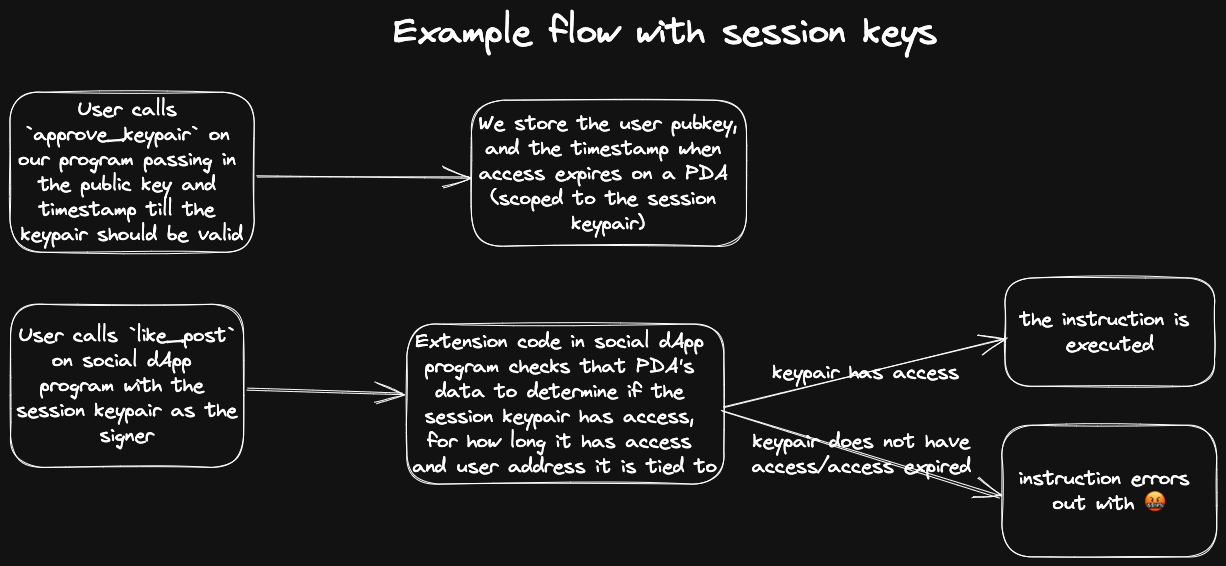
This is assets/flowcharts/session-keys.excalidraw.png from synaptik69/RayAuth, a Excalidraw export, as it was before one commit. Source tidied: one line per element, renumbered; positions are measured from the earlier drawing's top-left corner, leaving out a move shared by most shapes.
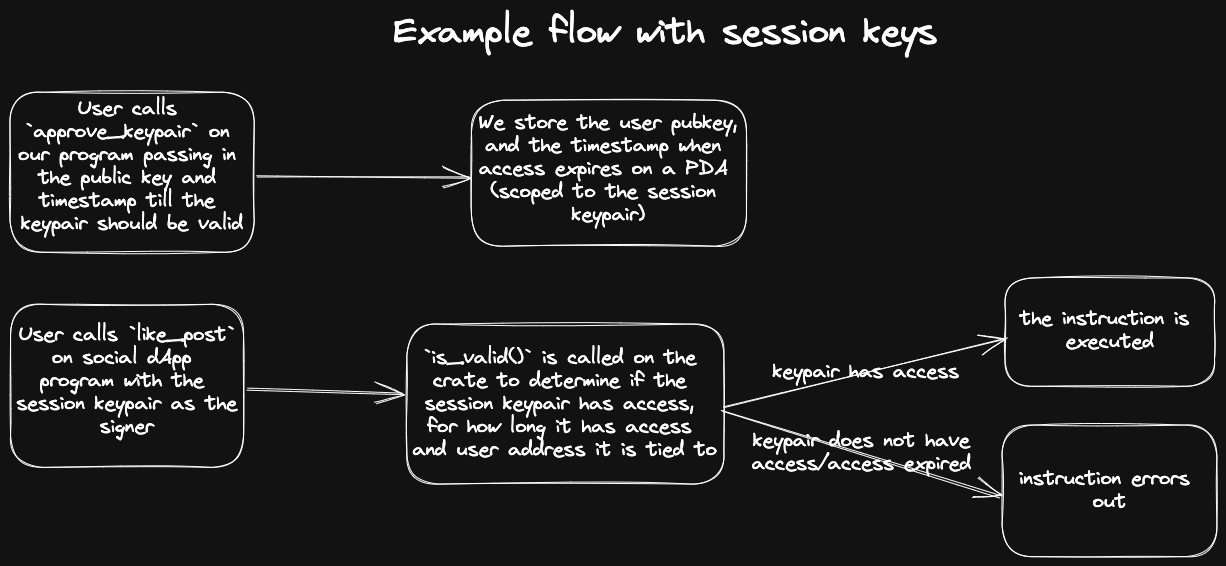
After the change.

What changed in the source:
```diff
@@ -1,19 +1,19 @@
 {"id": 0, "type": "rectangle", "strokeColor": "#ffffff", "strokeWidth": 1, "roughness": 1, "round": true, "x": 0, "y": 82, "width": 244, "height": 160}
-{"id": 1, "type": "text", "text": "User calls \n`approve_keypair` on \nour program passing in \nthe public key and \ntimestamp till the \nkeypair should be valid", "strokeColor": "#ffffff", "strokeWidth": 1, "roughness": 1, "fontSize": 20, "fontFamily": 1, "textAlign": "center", "verticalAlign": "middle", "inside": 0, "x": 8, "y": 87, "width": 229, "height": 150}
+{"id": 1, "type": "text", "text": "User calls \n`approve_keypair` on \nour program passing in \nthe public key and \ntimestamp till the \nkeypair should be valid", "strokeColor": "#ffffff", "strokeWidth": 1, "roughness": 1, "fontSize": 20, "fontFamily": 1, "textAlign": "center", "verticalAlign": "middle", "inside": 0, "x": 8, "y": 87, "width": 229, "height": 138}
 {"id": 2, "type": "arrow", "strokeColor": "#ffffff", "strokeWidth": 1, "roughness": 1, "endArrowhead": "arrow", "round": true, "from": 0, "x": 246, "y": 168, "width": 214, "height": 0, "points": [[0, 0], [214, 0]]}
 {"id": 3, "type": "rectangle", "strokeColor": "#ffffff", "strokeWidth": 1, "roughness": 1, "round": true, "x": 461, "y": 90, "width": 275, "height": 146}
-{"id": 4, "type": "text", "text": "We store the user pubkey,\nand the timestamp when \naccess expires on a PDA \n(scoped to the session \nkeypair)", "strokeColor": "#ffffff", "strokeWidth": 1, "roughness": 1, "fontSize": 20, "fontFamily": 1, "textAlign": "center", "verticalAlign": "middle", "inside": 3, "x": 468, "y": 101, "width": 260, "height": 125}
+{"id": 4, "type": "text", "text": "We store the user pubkey,\nand the timestamp when \naccess expires on a PDA \n(scoped to the session \nkeypair)", "strokeColor": "#ffffff", "strokeWidth": 1, "roughness": 1, "fontSize": 20, "fontFamily": 1, "textAlign": "center", "verticalAlign": "middle", "inside": 3, "x": 468, "y": 101, "width": 260, "height": 115}
 {"id": 5, "type": "rectangle", "strokeColor": "#ffffff", "strokeWidth": 1, "roughness": 1, "round": true, "x": 1, "y": 294, "width": 233, "height": 163}
-{"id": 6, "type": "text", "text": "User calls `like_post`\non social dApp \nprogram with the \nsession keypair as the\nsigner", "strokeColor": "#ffffff", "strokeWidth": 1, "roughness": 1, "fontSize": 20, "fontFamily": 1, "textAlign": "center", "verticalAlign": "middle", "inside": 5, "x": 6, "y": 313, "width": 222, "height": 125}
+{"id": 6, "type": "text", "text": "User calls `like_post`\non social dApp \nprogram with the \nsession keypair as the\nsigner", "strokeColor": "#ffffff", "strokeWidth": 1, "roughness": 1, "fontSize": 20, "fontFamily": 1, "textAlign": "center", "verticalAlign": "middle", "inside": 5, "x": 6, "y": 313, "width": 222, "height": 115}
 {"id": 7, "type": "arrow", "strokeColor": "#ffffff", "strokeWidth": 1, "roughness": 1, "endArrowhead": "arrow", "round": true, "from": 5, "to": 8, "x": 236, "y": 379, "width": 157, "height": 4, "points": [[0, 0], [157, 4]]}
 {"id": 8, "type": "rectangle", "strokeColor": "#ffffff", "strokeWidth": 1, "roughness": 1, "round": true, "x": 397, "y": 314, "width": 317, "height": 160}
-{"id": 9, "type": "text", "text": "Extension code in social dApp \nprogram checks that PDA's \ndata to determine if the \nsession keypair has access, \nfor how long it has access \nand user address it is tied to", "strokeColor": "#ffffff", "strokeWidth": 1, "roughness": 1, "fontSize": 20, "fontFamily": 1, "textAlign": "center", "verticalAlign": "middle", "inside": 8, "x": 402, "y": 319, "width": 305, "height": 150}
+{"id": 9, "type": "text", "text": "`is_valid()` is called on the \ncrate to determine if the \nsession keypair has access, \nfor how long it has access \nand user address it is tied to", "strokeColor": "#ffffff", "strokeWidth": 1, "roughness": 1, "fontSize": 20, "fontFamily": 1, "textAlign": "center", "verticalAlign": "middle", "inside": 8, "x": 402, "y": 336, "width": 305, "height": 115}
 {"id": 10, "type": "arrow", "strokeColor": "#ffffff", "strokeWidth": 1, "roughness": 1, "endArrowhead": "arrow", "round": true, "from": 8, "x": 714, "y": 397, "width": 284, "height": 68, "points": [[0, 0], [284, -68]]}
-{"id": 11, "type": "text", "text": "keypair has access", "strokeColor": "#ffffff", "strokeWidth": 1, "roughness": 1, "fontSize": 20, "fontFamily": 1, "textAlign": "center", "verticalAlign": "middle", "inside": 10, "x": 762, "y": 350, "width": 187, "height": 25}
+{"id": 11, "type": "text", "text": "keypair has access", "strokeColor": "#ffffff", "strokeWidth": 1, "roughness": 1, "fontSize": 20, "fontFamily": 1, "textAlign": "center", "verticalAlign": "middle", "inside": 10, "x": 762, "y": 350, "width": 187, "height": 23}
 {"id": 12, "type": "rectangle", "strokeColor": "#ffffff", "strokeWidth": 1, "roughness": 1, "round": true, "x": 995, "y": 268, "width": 209, "height": 108}
-{"id": 13, "type": "text", "text": "the instruction is \nexecuted", "strokeColor": "#ffffff", "strokeWidth": 1, "roughness": 1, "fontSize": 20, "fontFamily": 1, "textAlign": "center", "verticalAlign": "middle", "inside": 12, "x": 1010, "y": 297, "width": 180, "height": 50}
+{"id": 13, "type": "text", "text": "the instruction is \nexecuted", "strokeColor": "#ffffff", "strokeWidth": 1, "roughness": 1, "fontSize": 20, "fontFamily": 1, "textAlign": "center", "verticalAlign": "middle", "inside": 12, "x": 1010, "y": 297, "width": 180, "height": 46}
 {"id": 14, "type": "arrow", "strokeColor": "#ffffff", "strokeWidth": 1, "roughness": 1, "endArrowhead": "arrow", "round": true, "to": 16, "x": 713, "y": 401, "width": 278, "height": 87, "points": [[0, 0], [278, 87]]}
-{"id": 15, "type": "text", "text": "keypair does not have\naccess/access expired", "strokeColor": "#ffffff", "strokeWidth": 1, "roughness": 1, "fontSize": 20, "fontFamily": 1, "textAlign": "center", "verticalAlign": "middle", "inside": 14, "x": 741, "y": 419, "width": 220, "height": 50}
+{"id": 15, "type": "text", "text": "keypair does not have\naccess/access expired", "strokeColor": "#ffffff", "strokeWidth": 1, "roughness": 1, "fontSize": 20, "fontFamily": 1, "textAlign": "center", "verticalAlign": "middle", "inside": 14, "x": 741, "y": 419, "width": 220, "height": 46}
 {"id": 16, "type": "rectangle", "strokeColor": "#ffffff", "strokeWidth": 1, "roughness": 1, "round": true, "x": 992, "y": 415, "width": 215, "height": 132}
-{"id": 17, "type": "text", "text": "instruction errors \nout with 🤬", "strokeColor": "#ffffff", "strokeWidth": 1, "roughness": 1, "fontSize": 20, "fontFamily": 1, "textAlign": "center", "verticalAlign": "middle", "inside": 16, "x": 1008, "y": 456, "width": 182, "height": 50}
+{"id": 17, "type": "text", "text": "instruction errors \nout", "strokeColor": "#ffffff", "strokeWidth": 1, "roughness": 1, "fontSize": 20, "fontFamily": 1, "textAlign": "center", "verticalAlign": "middle", "inside": 16, "x": 1008, "y": 457, "width": 182, "height": 46}
-{"id": 18, "type": "text", "text": "Example flow with session keys", "strokeColor": "#ffffff", "strokeWidth": 1, "roughness": 1, "fontSize": 36, "fontFamily": 1, "x": 384, "y": 0, "width": 545, "height": 45}
+{"id": 18, "type": "text", "text": "Example flow with session keys", "strokeColor": "#ffffff", "strokeWidth": 1, "roughness": 1, "fontSize": 36, "fontFamily": 1, "x": 384, "y": 0, "width": 545, "height": 46}
```
